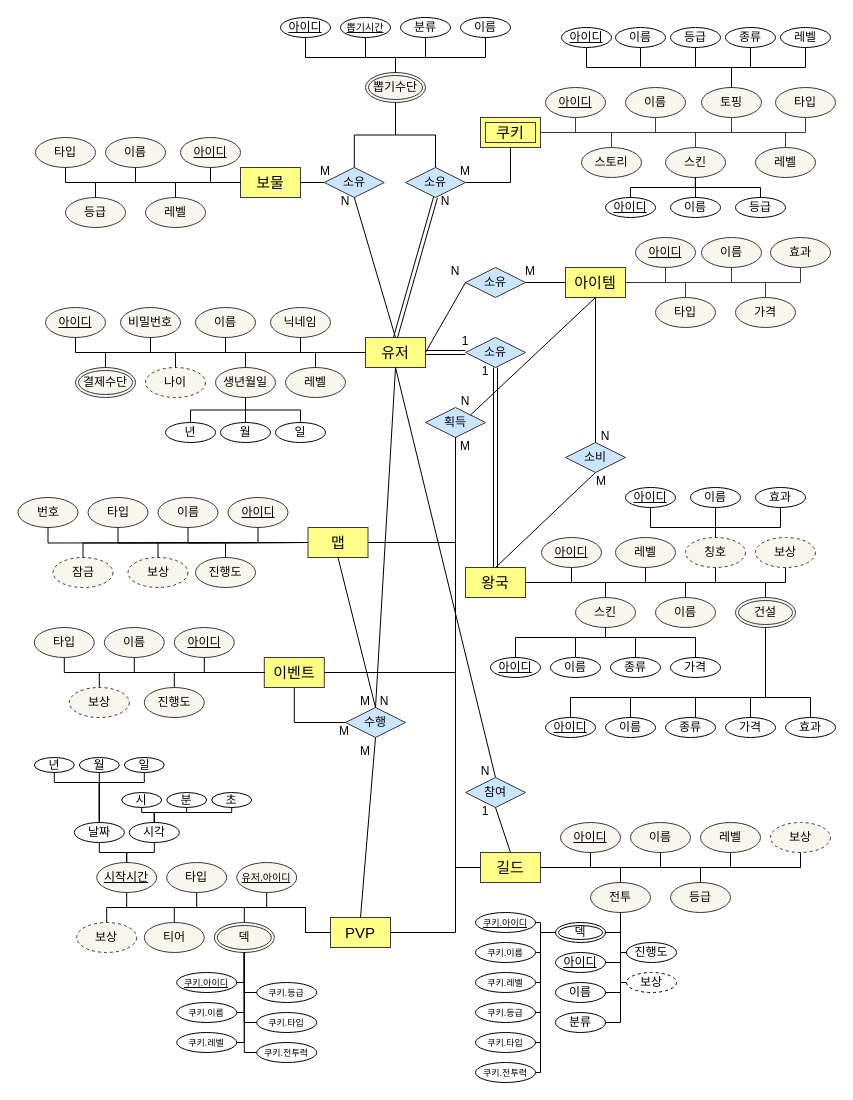
breeze234/web1 keeps this draw.io diagram as page "과제제출" (3 of 3) of 제목 없는 다이어그램.drawio. Above is the earlier version. Source tidied: cells renumbered, new cells numbered last; positions are measured from the earlier drawing's top-left corner, leaving out a move shared by most shapes. Both pictures are drawn from the tidied source at 100%, with x=0, y=0 at pixel (17, 17).
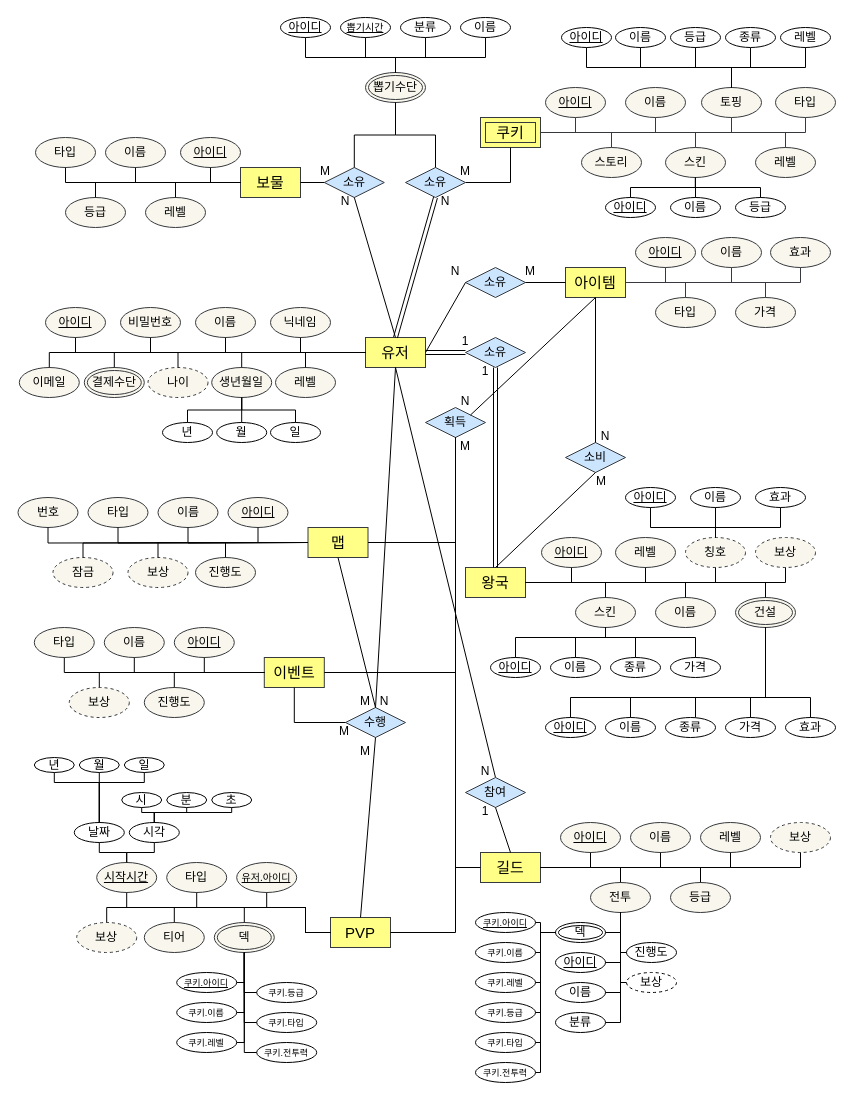
Above is the later version.

Commit message (it also covers changes not shown here):
제목 없는 다이어그램.drawio 업데이트

Unchanged cells that the change refers to:
```xml
<mxCell id="2" value="&lt;font style=&quot;font-size: 15px;&quot;&gt;유저&lt;/font&gt;" style="whiteSpace=wrap;html=1;align=center;fillColor=#ffff88;strokeColor=#36393d;" parent="1" vertex="1">
  <mxGeometry x="348" y="320" width="60" height="30" as="geometry" />
</mxCell>
```

What changed in the source:
```diff
@@
     <mxCell id="7" value="레벨" style="ellipse;whiteSpace=wrap;html=1;fillColor=#f9f7ed;strokeColor=#36393d;" parent="1" vertex="1">
-      <mxGeometry x="268" y="350" width="60" height="30" as="geometry" />
+      <mxGeometry x="258" y="350" width="60" height="30" as="geometry" />
     </mxCell>
     <mxCell id="8" value="생년월일" style="ellipse;whiteSpace=wrap;html=1;fillColor=#f9f7ed;strokeColor=#36393d;" parent="1" vertex="1">
-      <mxGeometry x="198" y="350" width="60" height="30" as="geometry" />
+      <mxGeometry x="194.2" y="350" width="60" height="30" as="geometry" />
     </mxCell>
     <mxCell id="9" value="나이" style="ellipse;whiteSpace=wrap;html=1;dashed=1;fillColor=#f9f7ed;strokeColor=#36393d;" parent="1" vertex="1">
-      <mxGeometry x="128" y="350" width="60" height="30" as="geometry" />
+      <mxGeometry x="130.5" y="350" width="60" height="30" as="geometry" />
     </mxCell>
     <mxCell id="10" value="월" style="ellipse;whiteSpace=wrap;html=1;" parent="1" vertex="1">
-      <mxGeometry x="203" y="405" width="50" height="20" as="geometry" />
+      <mxGeometry x="199.2" y="405" width="50" height="20" as="geometry" />
     </mxCell>
     <mxCell id="11" value="년" style="ellipse;whiteSpace=wrap;html=1;" parent="1" vertex="1">
-      <mxGeometry x="148" y="405" width="50" height="20" as="geometry" />
+      <mxGeometry x="145" y="405" width="50" height="20" as="geometry" />
     </mxCell>
     <mxCell id="12" value="일" style="ellipse;whiteSpace=wrap;html=1;" parent="1" vertex="1">
-      <mxGeometry x="258" y="405" width="50" height="20" as="geometry" />
+      <mxGeometry x="253" y="405" width="50" height="20" as="geometry" />
     </mxCell>
     <mxCell id="13" value="결제수단" style="ellipse;shape=doubleEllipse;margin=3;whiteSpace=wrap;html=1;align=center;fillColor=#f9f7ed;strokeColor=#36393d;" parent="1" vertex="1">
-      <mxGeometry x="58" y="350" width="60" height="30" as="geometry" />
+      <mxGeometry x="66.8" y="350" width="60" height="30" as="geometry" />
     </mxCell>
@@
-    <mxCell id="23" style="endArrow=none;html=1;rounded=0;exitX=0.5;exitY=0;exitDx=0;exitDy=0;entryX=0.5;entryY=1;entryDx=0;entryDy=0;edgeStyle=orthogonalEdgeStyle;" parent="1" edge="1" source="10" target="8">
-      <mxGeometry relative="1" as="geometry" />
-    </mxCell>
@@
+    <mxCell id="279" value="이메일" style="ellipse;whiteSpace=wrap;html=1;fillColor=#f9f7ed;strokeColor=#36393d;" parent="1" vertex="1">
+      <mxGeometry x="1.8" y="350" width="60" height="30" as="geometry" />
+    </mxCell>
+    <mxCell id="23" style="endArrow=none;html=1;rounded=0;exitX=0.5;exitY=0;exitDx=0;exitDy=0;entryX=0.5;entryY=1;entryDx=0;entryDy=0;edgeStyle=orthogonalEdgeStyle;" parent="1" edge="1" source="10" target="8">
+      <mxGeometry relative="1" as="geometry" />
+    </mxCell>
+    <mxCell id="280" style="endArrow=none;html=1;rounded=0;exitX=0.5;exitY=0;exitDx=0;exitDy=0;entryX=0;entryY=0.5;entryDx=0;entryDy=0;edgeStyle=orthogonalEdgeStyle;" parent="1" edge="1" source="279" target="2">
+      <mxGeometry relative="1" as="geometry" />
+    </mxCell>
```
